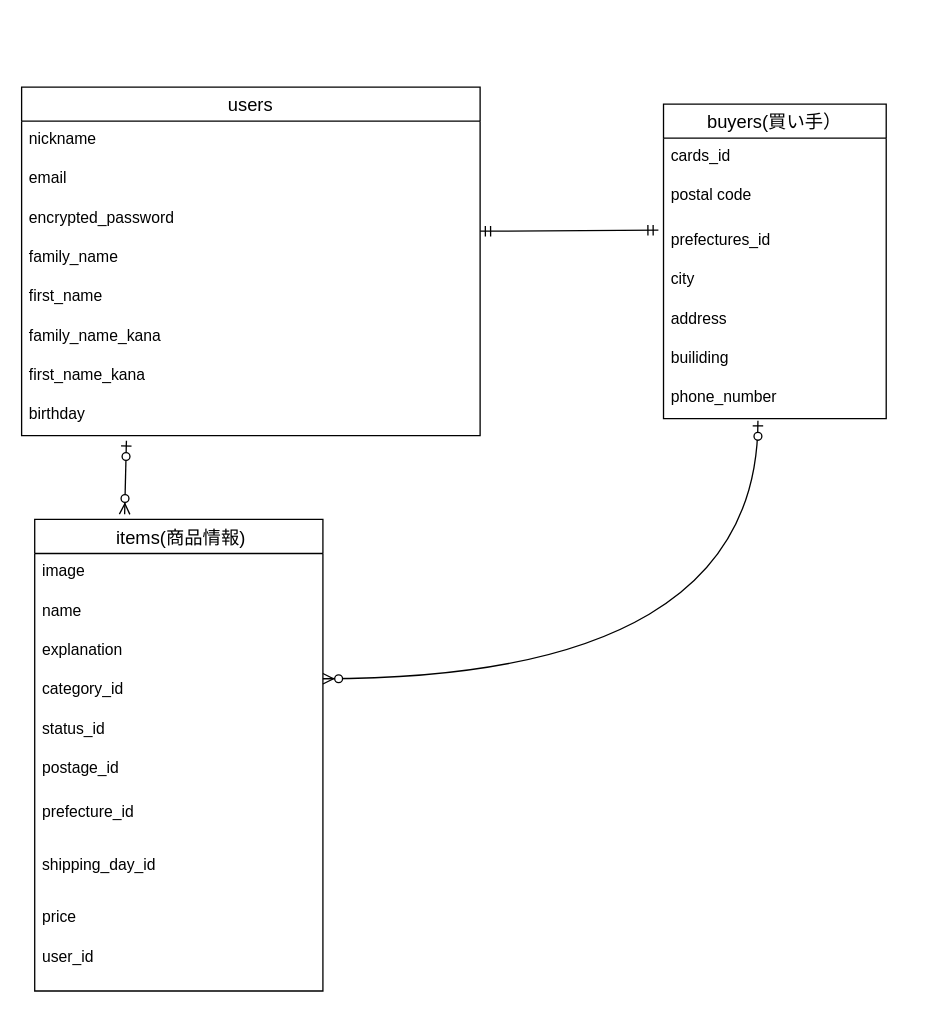
Earlier version of the draw.io diagram er.dio (chi-ino/furima-37168). Source tidied: cells renumbered, new cells numbered last; positions are measured from the earlier drawing's top-left corner, leaving out a move shared by most shapes. Both pictures are drawn from the tidied source at 131%, with x=0, y=0 at pixel (21, 86).
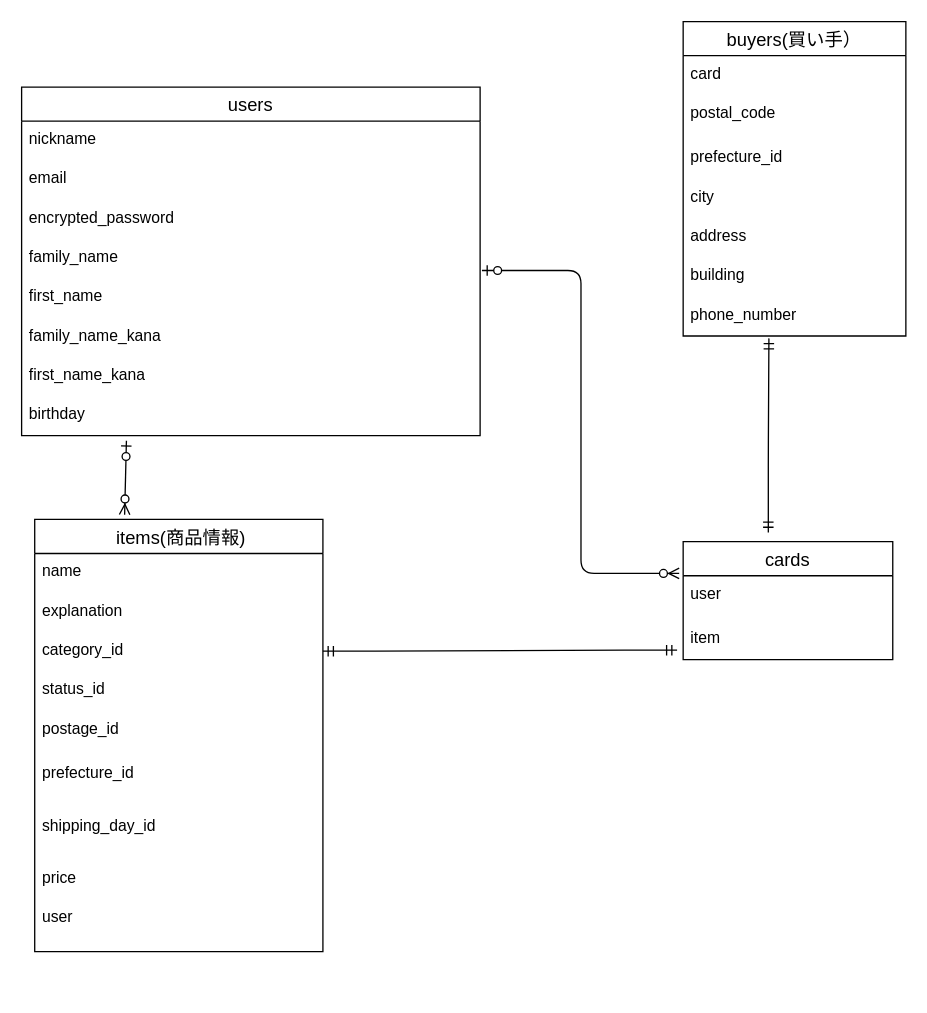
The same diagram, later.

Commit message (it also covers changes not shown here):
undo_database_design

Unchanged cells that the change refers to:
```xml
<mxCell id="29" value="phone_number" style="text;strokeColor=none;fillColor=none;spacingLeft=4;spacingRight=4;overflow=hidden;points=[[0,0.5],[1,0.5]];portConstraint=eastwest;fontSize=12;" parent="22" vertex="1">
  <mxGeometry y="210" width="170" height="30" as="geometry" />
</mxCell>
```

The edit, as a diff of the source:
```diff
@@
     <mxCell id="11" value=" items(商品情報)" style="swimlane;fontStyle=0;horizontal=1;startSize=26;align=center;fontSize=14;" parent="1" vertex="1">
-      <mxGeometry x="10" y="330" width="220" height="360" as="geometry" />
+      <mxGeometry x="10" y="330" width="220" height="330" as="geometry" />
     </mxCell>
-    <mxCell id="12" value="image" style="text;strokeColor=none;fillColor=none;spacingLeft=4;spacingRight=4;overflow=hidden;fontSize=12;" parent="11" vertex="1">
-      <mxGeometry y="26" width="220" height="30" as="geometry" />
-    </mxCell>
     <mxCell id="13" value="name" style="text;strokeColor=none;fillColor=none;spacingLeft=4;spacingRight=4;overflow=hidden;fontSize=12;" parent="11" vertex="1">
-      <mxGeometry y="56" width="220" height="30" as="geometry" />
+      <mxGeometry y="26" width="220" height="30" as="geometry" />
     </mxCell>
     <mxCell id="14" value="explanation" style="text;strokeColor=none;fillColor=none;spacingLeft=4;spacingRight=4;overflow=hidden;fontSize=12;" parent="11" vertex="1">
-      <mxGeometry y="86" width="220" height="30" as="geometry" />
+      <mxGeometry y="56" width="220" height="30" as="geometry" />
     </mxCell>
     <mxCell id="15" value="category_id" style="text;strokeColor=none;fillColor=none;spacingLeft=4;spacingRight=4;overflow=hidden;points=[[0,0.5],[1,0.5]];portConstraint=eastwest;fontSize=12;" parent="11" vertex="1">
-      <mxGeometry y="116" width="220" height="30" as="geometry" />
+      <mxGeometry y="86" width="220" height="30" as="geometry" />
     </mxCell>
     <mxCell id="16" value="status_id" style="text;strokeColor=none;fillColor=none;spacingLeft=4;spacingRight=4;overflow=hidden;fontSize=12;" parent="11" vertex="1">
-      <mxGeometry y="146" width="220" height="30" as="geometry" />
+      <mxGeometry y="116" width="220" height="30" as="geometry" />
     </mxCell>
     <mxCell id="17" value="postage_id" style="text;strokeColor=none;fillColor=none;spacingLeft=4;spacingRight=4;overflow=hidden;fontSize=12;" parent="11" vertex="1">
-      <mxGeometry y="176" width="220" height="34" as="geometry" />
+      <mxGeometry y="146" width="220" height="34" as="geometry" />
     </mxCell>
     <mxCell id="18" value="prefecture_id" style="text;strokeColor=none;fillColor=none;spacingLeft=4;spacingRight=4;overflow=hidden;fontSize=12;" parent="11" vertex="1">
-      <mxGeometry y="210" width="220" height="40" as="geometry" />
+      <mxGeometry y="180" width="220" height="40" as="geometry" />
     </mxCell>
     <mxCell id="19" value="shipping_day_id" style="text;strokeColor=none;fillColor=none;spacingLeft=4;spacingRight=4;overflow=hidden;fontSize=12;" parent="11" vertex="1">
-      <mxGeometry y="250" width="220" height="40" as="geometry" />
+      <mxGeometry y="220" width="220" height="40" as="geometry" />
     </mxCell>
     <mxCell id="20" value="price" style="text;strokeColor=none;fillColor=none;spacingLeft=4;spacingRight=4;overflow=hidden;fontSize=12;" parent="11" vertex="1">
-      <mxGeometry y="290" width="220" height="30" as="geometry" />
+      <mxGeometry y="260" width="220" height="30" as="geometry" />
     </mxCell>
-    <mxCell id="21" value="user_id&#10;" style="text;strokeColor=none;fillColor=none;spacingLeft=4;spacingRight=4;overflow=hidden;fontSize=12;" parent="11" vertex="1">
-      <mxGeometry y="320" width="220" height="40" as="geometry" />
+    <mxCell id="21" value="user" style="text;strokeColor=none;fillColor=none;spacingLeft=4;spacingRight=4;overflow=hidden;fontSize=12;" parent="11" vertex="1">
+      <mxGeometry y="290" width="220" height="40" as="geometry" />
     </mxCell>
+    <mxCell id="33" value="cards" style="swimlane;fontStyle=0;horizontal=1;startSize=26;align=center;fontSize=14;" parent="1" vertex="1">
+      <mxGeometry x="505" y="347" width="160" height="90" as="geometry" />
+    </mxCell>
+    <mxCell id="34" value="user&#10;" style="text;strokeColor=none;fillColor=none;spacingLeft=4;spacingRight=4;overflow=hidden;points=[[0,0.5],[1,0.5]];portConstraint=eastwest;fontSize=12;" parent="33" vertex="1">
+      <mxGeometry y="26" width="160" height="34" as="geometry" />
+    </mxCell>
+    <mxCell id="35" value="item" style="text;strokeColor=none;fillColor=none;spacingLeft=4;spacingRight=4;overflow=hidden;points=[[0,0.5],[1,0.5]];portConstraint=eastwest;fontSize=12;" parent="33" vertex="1">
+      <mxGeometry y="60" width="160" height="30" as="geometry" />
+    </mxCell>
     <mxCell id="22" value="buyers(買い手）" style="swimlane;fontStyle=0;horizontal=1;startSize=26;align=center;fontSize=14;" parent="1" vertex="1">
-      <mxGeometry x="490" y="13" width="170" height="240" as="geometry" />
+      <mxGeometry x="505" y="-50" width="170" height="240" as="geometry" />
     </mxCell>
-    <mxCell id="23" value="cards_id&#10;" style="text;strokeColor=none;fillColor=none;spacingLeft=4;spacingRight=4;overflow=hidden;fontSize=12;" parent="22" vertex="1">
+    <mxCell id="23" value="card&#10;" style="text;strokeColor=none;fillColor=none;spacingLeft=4;spacingRight=4;overflow=hidden;fontSize=12;" parent="22" vertex="1">
       <mxGeometry y="26" width="170" height="30" as="geometry" />
     </mxCell>
-    <mxCell id="24" value="postal code" style="text;strokeColor=none;fillColor=none;spacingLeft=4;spacingRight=4;overflow=hidden;fontSize=12;" parent="22" vertex="1">
+    <mxCell id="24" value="postal_code" style="text;strokeColor=none;fillColor=none;spacingLeft=4;spacingRight=4;overflow=hidden;fontSize=12;" parent="22" vertex="1">
       <mxGeometry y="56" width="170" height="34" as="geometry" />
     </mxCell>
-    <mxCell id="25" value="prefectures_id" style="text;strokeColor=none;fillColor=none;spacingLeft=4;spacingRight=4;overflow=hidden;points=[[0,0.5],[1,0.5]];portConstraint=eastwest;fontSize=12;" parent="22" vertex="1">
+    <mxCell id="25" value="prefecture_id" style="text;strokeColor=none;fillColor=none;spacingLeft=4;spacingRight=4;overflow=hidden;points=[[0,0.5],[1,0.5]];portConstraint=eastwest;fontSize=12;" parent="22" vertex="1">
       <mxGeometry y="90" width="170" height="30" as="geometry" />
     </mxCell>
@@
-    <mxCell id="28" value="builiding" style="text;strokeColor=none;fillColor=none;spacingLeft=4;spacingRight=4;overflow=hidden;fontSize=12;" parent="22" vertex="1">
+    <mxCell id="28" value="building" style="text;strokeColor=none;fillColor=none;spacingLeft=4;spacingRight=4;overflow=hidden;fontSize=12;" parent="22" vertex="1">
       <mxGeometry y="180" width="170" height="30" as="geometry" />
     </mxCell>
@@
-    <mxCell id="31" style="fontSize=12;html=1;endArrow=ERmandOne;startArrow=ERmandOne;entryX=-0.023;entryY=0.207;entryDx=0;entryDy=0;entryPerimeter=0;" parent="1" edge="1" target="25">
-      <mxGeometry relative="1" as="geometry">
-        <mxPoint x="350" y="110" as="sourcePoint" />
-      </mxGeometry>
-    </mxCell>
-    <mxCell id="32" style="fontSize=12;html=1;endArrow=ERzeroToMany;startArrow=ERzeroToOne;entryX=1;entryY=0.187;entryDx=0;entryDy=0;entryPerimeter=0;exitX=0.424;exitY=1.053;exitDx=0;exitDy=0;exitPerimeter=0;edgeStyle=orthogonalEdgeStyle;curved=1;" parent="1" edge="1" source="29" target="15">
-      <mxGeometry relative="1" as="geometry">
-        <Array as="points">
-          <mxPoint x="562" y="452" />
-        </Array>
-      </mxGeometry>
-    </mxCell>
+    <mxCell id="36" style="edgeStyle=entityRelationEdgeStyle;fontSize=12;html=1;endArrow=ERmandOne;startArrow=ERmandOne;entryX=-0.029;entryY=0.76;entryDx=0;entryDy=0;entryPerimeter=0;" parent="1" edge="1" target="35">
+      <mxGeometry relative="1" as="geometry">
+        <mxPoint x="230" y="430.6" as="sourcePoint" />
+      </mxGeometry>
+    </mxCell>
+    <mxCell id="37" style="fontSize=12;html=1;endArrow=ERmandOne;startArrow=ERmandOne;entryX=0.385;entryY=1.06;entryDx=0;entryDy=0;entryPerimeter=0;" parent="1" edge="1" target="29">
+      <mxGeometry relative="1" as="geometry">
+        <mxPoint x="570" y="340" as="sourcePoint" />
+        <Array as="points">
+          <mxPoint x="570" y="280" />
+        </Array>
+      </mxGeometry>
+    </mxCell>
+    <mxCell id="38" style="fontSize=12;html=1;endArrow=ERzeroToMany;startArrow=ERzeroToOne;entryX=-0.019;entryY=-0.053;entryDx=0;entryDy=0;entryPerimeter=0;edgeStyle=elbowEdgeStyle;" parent="1" edge="1" target="34">
+      <mxGeometry relative="1" as="geometry">
+        <mxPoint x="351.4" y="140" as="sourcePoint" />
+      </mxGeometry>
+    </mxCell>
```
